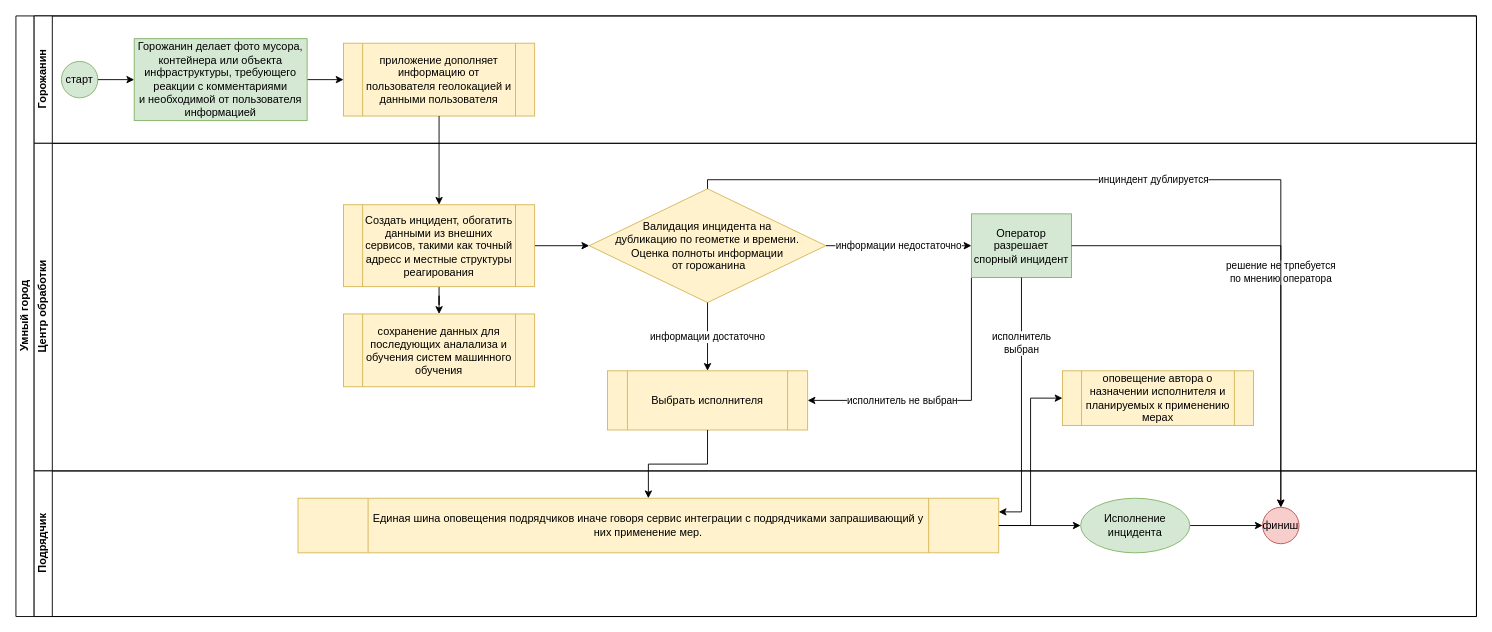
This is page "user responsibility diagram" (1 of 2) of Умный город бизнес флоу.drawio from andreysvyat/smart_city, a draw.io file, before an edit. Source tidied: cells renumbered, new cells numbered last; positions are measured from the earlier drawing's top-left corner, leaving out a move shared by most shapes. Both pictures are drawn from the tidied source at 91%, with x=0, y=0 at pixel (15, 15).
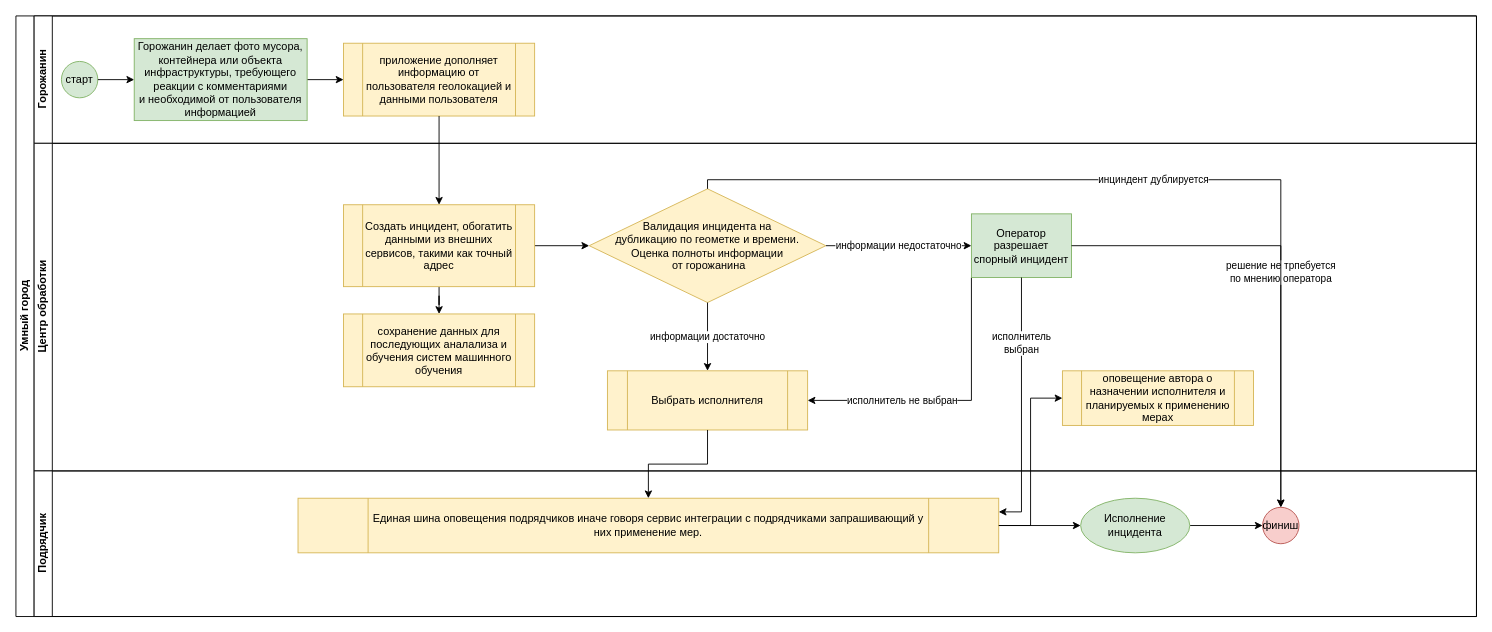
After the change.

Unchanged cells that the change refers to:
```xml
<mxCell id="9" value="Центр обработки" style="swimlane;html=1;startSize=20;horizontal=0;" parent="2" vertex="1">
  <mxGeometry x="20" y="140" width="1585" height="360" as="geometry" />
</mxCell>
```

The edit, as a diff of the source:
```diff
@@
-    <mxCell id="12" value="&lt;font color=&quot;#000000&quot;&gt;Создать инцидент, обогатить данными из внешних сервисов, такими как точный адресс и местные структуры реагирования&lt;/font&gt;" style="shape=process;whiteSpace=wrap;html=1;backgroundOutline=1;fillColor=#fff2cc;strokeColor=#d6b656;" parent="9" vertex="1">
+    <mxCell id="12" value="&lt;font color=&quot;#000000&quot;&gt;Создать инцидент, обогатить данными из внешних сервисов, такими как точный адрес&lt;/font&gt;" style="shape=process;whiteSpace=wrap;html=1;backgroundOutline=1;fillColor=#fff2cc;strokeColor=#d6b656;" parent="9" vertex="1">
       <mxGeometry x="340" y="67.5" width="210" height="90" as="geometry" />
     </mxCell>
```
